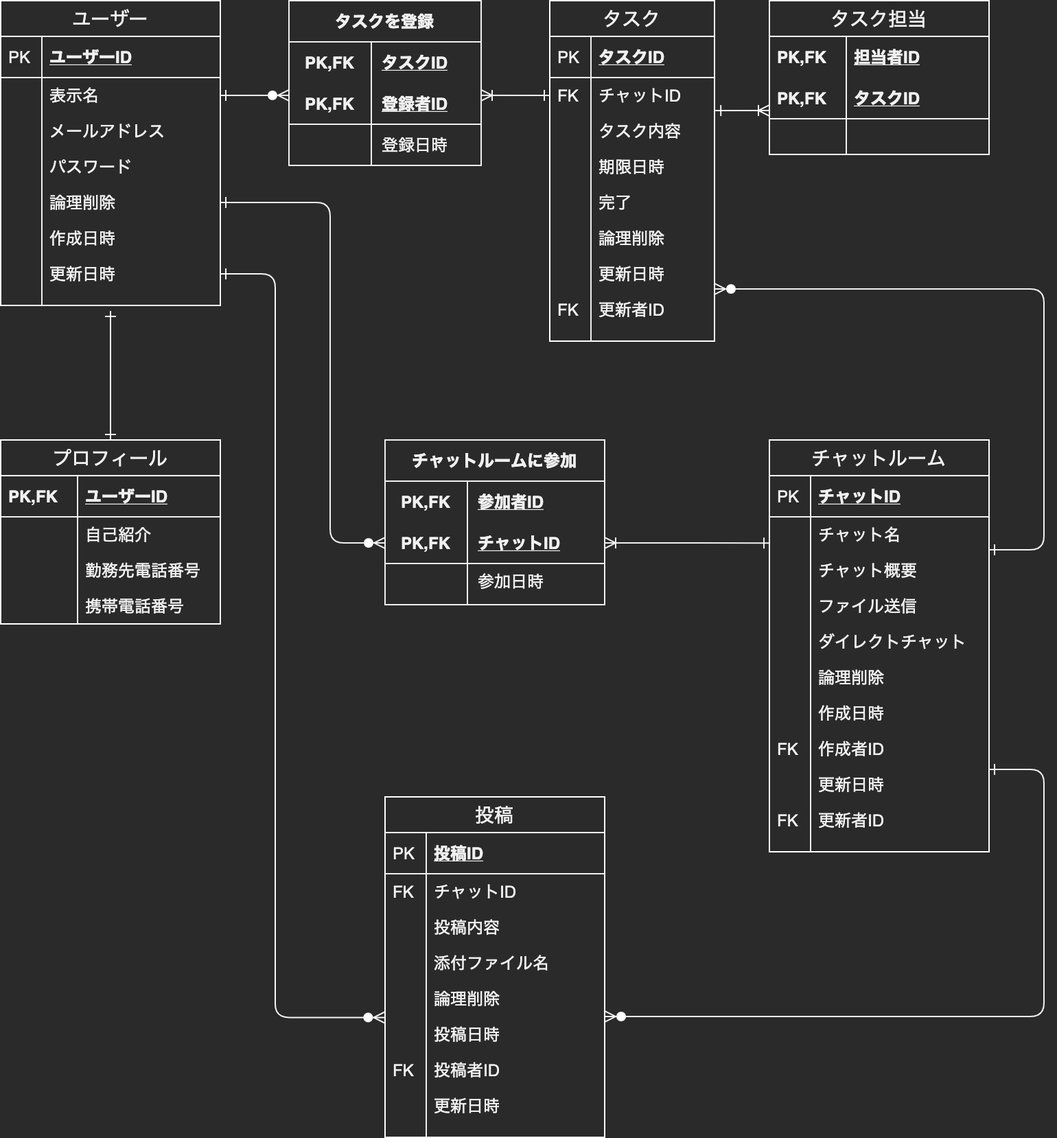
The draw.io diagram db/db-challenge1/erd.png in M9k21/quelcode-db, before a commit. Source tidied: cells renumbered, new cells last; positions are measured from the earlier drawing's top-left corner, leaving out a move shared by most shapes.
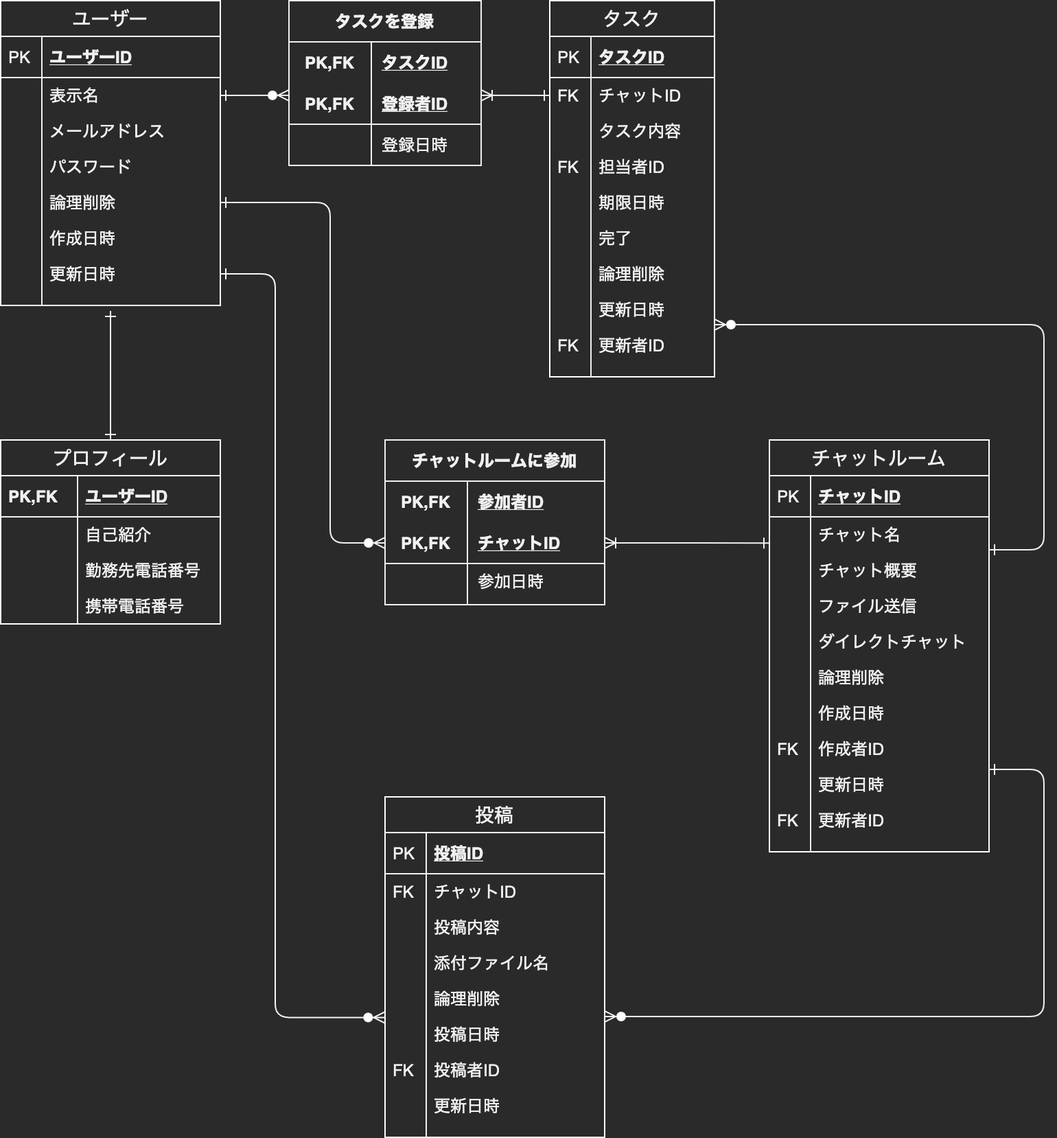
The same file after the commit.

Commit message:
update タスク担当テーブルの削除

タスク担当テーブルを削除し、タスクテーブルに担当者IDを追加

Change to the diagram source:
```diff
@@ -56,27 +56,6 @@
     <mxCell id="19" style="rounded=1;jettySize=auto;html=1;exitX=0.5;exitY=0;exitDx=0;exitDy=0;entryX=0.5;entryY=1.4;entryDx=0;entryDy=0;entryPerimeter=0;startArrow=ERone;startFill=0;endArrow=ERone;endFill=0;strokeColor=#F5F5F5;" parent="1" edge="1" source="29" target="17">
       <mxGeometry relative="1" as="geometry" />
     </mxCell>
-    <mxCell id="20" value="タスク担当" style="swimlane;fontStyle=0;horizontal=1;startSize=26;align=center;fontSize=14;strokeColor=#FFFFFF;fillColor=none;" parent="1" vertex="1">
-      <mxGeometry x="560" width="160" height="112" as="geometry" />
-    </mxCell>
-    <mxCell id="21" value="担当者ID" style="shape=partialRectangle;top=0;left=0;right=0;bottom=0;align=left;verticalAlign=middle;fillColor=none;spacingLeft=60;spacingRight=4;overflow=hidden;fontStyle=5;fontSize=12;" parent="20" vertex="1">
-      <mxGeometry y="26" width="160" height="30" as="geometry" />
-    </mxCell>
-    <mxCell id="22" value="PK,FK" style="shape=partialRectangle;fontStyle=1;top=0;left=0;bottom=0;fillColor=none;align=left;verticalAlign=middle;spacingLeft=4;spacingRight=4;overflow=hidden;fontSize=12;" parent="21" vertex="1">
-      <mxGeometry width="56" height="30" as="geometry" />
-    </mxCell>
-    <mxCell id="23" value="タスクID" style="shape=partialRectangle;top=0;left=0;right=0;bottom=1;align=left;verticalAlign=middle;fillColor=none;spacingLeft=60;spacingRight=4;overflow=hidden;points=[[0,0.5],[1,0.5]];portConstraint=eastwest;fontStyle=5;fontSize=12;" parent="20" vertex="1">
-      <mxGeometry y="56" width="160" height="30" as="geometry" />
-    </mxCell>
-    <mxCell id="24" value="PK,FK" style="shape=partialRectangle;fontStyle=1;top=0;left=0;bottom=0;fillColor=none;align=left;verticalAlign=middle;spacingLeft=4;spacingRight=4;overflow=hidden;fontSize=12;" parent="23" vertex="1">
-      <mxGeometry width="56" height="30" as="geometry" />
-    </mxCell>
-    <mxCell id="25" style="shape=partialRectangle;top=0;left=0;right=0;bottom=0;align=left;verticalAlign=top;fillColor=none;spacingLeft=60;spacingRight=4;overflow=hidden;fontSize=12;" parent="20" vertex="1">
-      <mxGeometry y="86" width="160" height="26" as="geometry" />
-    </mxCell>
-    <mxCell id="26" style="shape=partialRectangle;top=0;left=0;bottom=0;fillColor=none;align=left;verticalAlign=top;spacingLeft=4;spacingRight=4;overflow=hidden;fontSize=12;" parent="25" vertex="1">
-      <mxGeometry width="56" height="26" as="geometry" />
-    </mxCell>
     <mxCell id="27" style="edgeStyle=orthogonalEdgeStyle;rounded=1;jettySize=auto;html=1;exitX=1;exitY=0.5;exitDx=0;exitDy=0;startArrow=ERone;startFill=0;endArrow=ERzeroToMany;endFill=1;strokeColor=#F5F5F5;entryX=-0.002;entryY=0.027;entryDx=0;entryDy=0;entryPerimeter=0;" parent="1" edge="1" source="15" target="115">
       <mxGeometry relative="1" as="geometry">
         <Array as="points">
@@ -85,9 +64,6 @@
         </Array>
       </mxGeometry>
     </mxCell>
-    <mxCell id="28" style="rounded=1;jettySize=auto;html=1;entryX=0;entryY=0.8;entryDx=0;entryDy=0;startArrow=ERone;startFill=0;endArrow=ERoneToMany;endFill=0;strokeColor=#F5F5F5;entryPerimeter=0;exitX=1.005;exitY=0.925;exitDx=0;exitDy=0;exitPerimeter=0;" parent="1" edge="1" source="41" target="23">
-      <mxGeometry relative="1" as="geometry" />
-    </mxCell>
     <mxCell id="29" value="プロフィール" style="swimlane;fontStyle=0;horizontal=1;startSize=26;align=center;fontSize=14;strokeColor=#FFFFFF;fillColor=none;" parent="1" vertex="1">
       <mxGeometry y="320" width="160" height="134" as="geometry" />
     </mxCell>
@@ -116,7 +92,7 @@
       <mxGeometry width="56" height="26" as="geometry" />
     </mxCell>
     <mxCell id="38" value="タスク" style="swimlane;fontStyle=0;horizontal=1;startSize=26;align=center;fontSize=14;strokeColor=#FFFFFF;fillColor=none;" parent="1" vertex="1">
-      <mxGeometry x="400" width="120" height="248" as="geometry" />
+      <mxGeometry x="400" width="120" height="274" as="geometry" />
     </mxCell>
     <mxCell id="39" value="タスクID" style="shape=partialRectangle;top=0;left=0;right=0;bottom=1;align=left;verticalAlign=middle;fillColor=none;spacingLeft=34;spacingRight=4;overflow=hidden;fontStyle=5;fontSize=12;" parent="38" vertex="1">
       <mxGeometry y="26" width="120" height="30" as="geometry" />
@@ -136,38 +112,44 @@
     <mxCell id="44" style="shape=partialRectangle;top=0;left=0;bottom=0;fillColor=none;align=left;verticalAlign=top;spacingLeft=4;spacingRight=4;overflow=hidden;fontSize=12;" parent="43" vertex="1">
       <mxGeometry width="30" height="26" as="geometry" />
     </mxCell>
+    <mxCell id="21" value="担当者ID" style="shape=partialRectangle;top=0;left=0;right=0;bottom=0;align=left;verticalAlign=top;fillColor=none;spacingLeft=34;spacingRight=4;overflow=hidden;fontSize=12;" parent="38" vertex="1">
+      <mxGeometry y="108" width="120" height="26" as="geometry" />
+    </mxCell>
+    <mxCell id="125" value="FK" style="shape=partialRectangle;top=0;left=0;bottom=0;fillColor=none;align=left;verticalAlign=top;spacingLeft=4;spacingRight=4;overflow=hidden;fontSize=12;" parent="21" vertex="1">
+      <mxGeometry width="30" height="26" as="geometry" />
+    </mxCell>
     <mxCell id="45" value="期限日時" style="shape=partialRectangle;top=0;left=0;right=0;bottom=0;align=left;verticalAlign=top;fillColor=none;spacingLeft=34;spacingRight=4;overflow=hidden;fontSize=12;" parent="38" vertex="1">
-      <mxGeometry y="108" width="120" height="26" as="geometry" />
+      <mxGeometry y="134" width="120" height="26" as="geometry" />
     </mxCell>
     <mxCell id="46" style="shape=partialRectangle;top=0;left=0;bottom=0;fillColor=none;align=left;verticalAlign=top;spacingLeft=4;spacingRight=4;overflow=hidden;fontSize=12;" parent="45" vertex="1">
       <mxGeometry width="30" height="26" as="geometry" />
     </mxCell>
     <mxCell id="47" value="完了" style="shape=partialRectangle;top=0;left=0;right=0;bottom=0;align=left;verticalAlign=top;fillColor=none;spacingLeft=34;spacingRight=4;overflow=hidden;fontSize=12;" parent="38" vertex="1">
-      <mxGeometry y="134" width="120" height="26" as="geometry" />
+      <mxGeometry y="160" width="120" height="26" as="geometry" />
     </mxCell>
     <mxCell id="48" style="shape=partialRectangle;top=0;left=0;bottom=0;fillColor=none;align=left;verticalAlign=top;spacingLeft=4;spacingRight=4;overflow=hidden;fontSize=12;" parent="47" vertex="1">
       <mxGeometry width="30" height="26" as="geometry" />
     </mxCell>
     <mxCell id="49" value="論理削除" style="shape=partialRectangle;top=0;left=0;right=0;bottom=0;align=left;verticalAlign=top;fillColor=none;spacingLeft=34;spacingRight=4;overflow=hidden;fontSize=12;" parent="38" vertex="1">
-      <mxGeometry y="160" width="120" height="26" as="geometry" />
+      <mxGeometry y="186" width="120" height="26" as="geometry" />
     </mxCell>
     <mxCell id="50" style="shape=partialRectangle;top=0;left=0;bottom=0;fillColor=none;align=left;verticalAlign=top;spacingLeft=4;spacingRight=4;overflow=hidden;fontSize=12;" parent="49" vertex="1">
       <mxGeometry width="30" height="26" as="geometry" />
     </mxCell>
     <mxCell id="51" value="更新日時" style="shape=partialRectangle;top=0;left=0;right=0;bottom=0;align=left;verticalAlign=top;fillColor=none;spacingLeft=34;spacingRight=4;overflow=hidden;points=[[0,0.5],[1,0.5]];portConstraint=eastwest;fontSize=12;" parent="38" vertex="1">
-      <mxGeometry y="186" width="120" height="26" as="geometry" />
+      <mxGeometry y="212" width="120" height="26" as="geometry" />
     </mxCell>
     <mxCell id="52" style="shape=partialRectangle;top=0;left=0;bottom=0;fillColor=none;align=left;verticalAlign=top;spacingLeft=4;spacingRight=4;overflow=hidden;fontSize=12;" parent="51" vertex="1">
       <mxGeometry width="30" height="26" as="geometry" />
     </mxCell>
     <mxCell id="53" value="更新者ID" style="shape=partialRectangle;top=0;left=0;right=0;bottom=0;align=left;verticalAlign=top;fillColor=none;spacingLeft=34;spacingRight=4;overflow=hidden;fontSize=12;" parent="38" vertex="1">
-      <mxGeometry y="212" width="120" height="26" as="geometry" />
+      <mxGeometry y="238" width="120" height="26" as="geometry" />
     </mxCell>
     <mxCell id="54" value="FK" style="shape=partialRectangle;top=0;left=0;bottom=0;fillColor=none;align=left;verticalAlign=top;spacingLeft=4;spacingRight=4;overflow=hidden;fontSize=12;" parent="53" vertex="1">
       <mxGeometry width="30" height="26" as="geometry" />
     </mxCell>
     <mxCell id="55" style="shape=partialRectangle;top=0;left=0;right=0;bottom=0;align=left;verticalAlign=top;fillColor=none;spacingLeft=34;spacingRight=4;overflow=hidden;fontSize=12;" parent="38" vertex="1">
-      <mxGeometry y="238" width="120" height="10" as="geometry" />
+      <mxGeometry y="264" width="120" height="10" as="geometry" />
     </mxCell>
     <mxCell id="56" style="shape=partialRectangle;top=0;left=0;bottom=0;fillColor=none;align=left;verticalAlign=top;spacingLeft=4;spacingRight=4;overflow=hidden;fontSize=12;" parent="55" vertex="1">
       <mxGeometry width="30" height="10" as="geometry" />
@@ -388,7 +370,7 @@
     <mxCell id="124" style="edgeStyle=orthogonalEdgeStyle;jettySize=auto;html=1;entryX=1;entryY=0.923;entryDx=0;entryDy=0;entryPerimeter=0;startArrow=ERzeroToMany;startFill=1;endArrow=ERone;endFill=0;exitX=1;exitY=0.923;exitDx=0;exitDy=0;exitPerimeter=0;" parent="1" edge="1" source="51" target="80">
       <mxGeometry relative="1" as="geometry">
         <Array as="points">
-          <mxPoint x="760" y="210" />
+          <mxPoint x="760" y="236" />
           <mxPoint x="760" y="400" />
         </Array>
       </mxGeometry>
```
